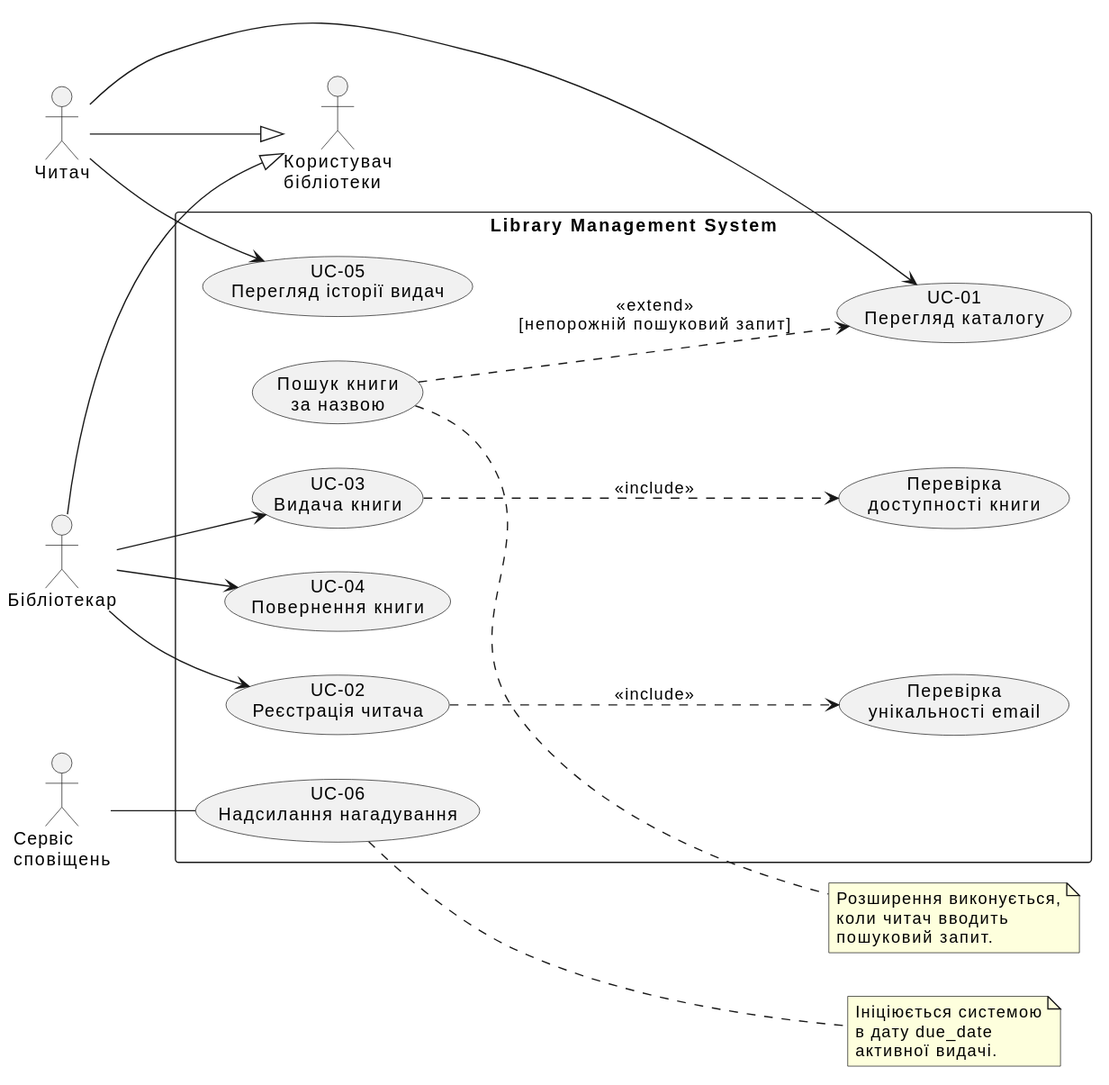
The PlantUML diagram use-cases.svg in xdddd1234/lab2, before a commit.
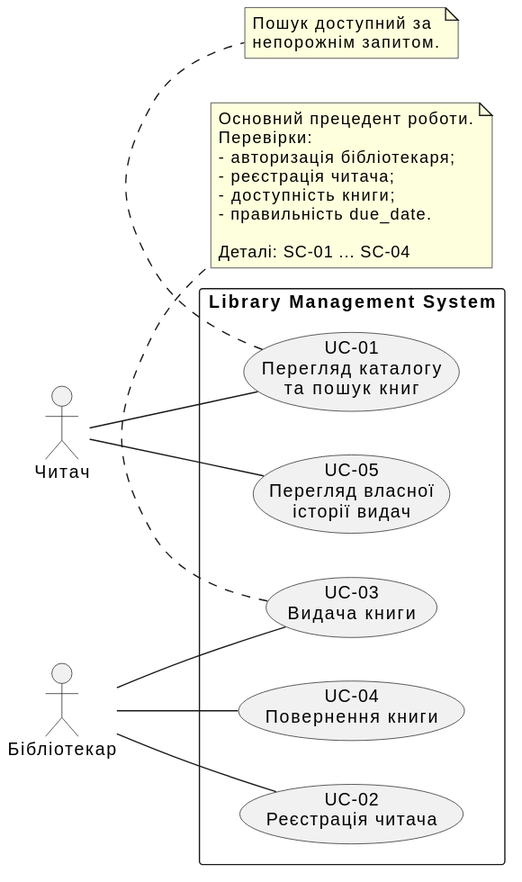
After the change.

Commit message:
docs: update rendered use case diagram

What changed in the source:
```diff
@@ -1,50 +1,40 @@
 @startuml
 left to right direction
+
 skinparam packageStyle rectangle
+skinparam shadowing false
 
-actor "Користувач\nбібліотеки" as User
 actor "Читач" as Reader
 actor "Бібліотекар" as Librarian
-actor "Сервіс\nсповіщень" as Notify
-
-Reader --|> User
-Librarian --|> User
 
 rectangle "Library Management System" {
-  usecase "UC-01\nПерегляд каталогу" as UC01
+  usecase "UC-01\nПерегляд каталогу\nта пошук книг" as UC01
   usecase "UC-02\nРеєстрація читача" as UC02
   usecase "UC-03\nВидача книги" as UC03
   usecase "UC-04\nПовернення книги" as UC04
-  usecase "UC-05\nПерегляд історії видач" as UC05
-  usecase "UC-06\nНадсилання нагадування" as UC06
-
-  usecase "Пошук книги\nза назвою" as Search
-  usecase "Перевірка\nдоступності книги" as Availability
-  usecase "Перевірка\nунікальності email" as Email
+  usecase "UC-05\nПерегляд власної\nісторії видач" as UC05
 }
 
-Reader --> UC01
-Reader --> UC05
+Reader -- UC01
+Reader -- UC05
 
-Librarian --> UC02
-Librarian --> UC03
-Librarian --> UC04
+Librarian -- UC02
+Librarian -- UC03
+Librarian -- UC04
 
-Notify -- UC06
+note bottom of UC03
+  Основний прецедент роботи.
+  Перевірки:
+  - авторизація бібліотекаря;
+  - реєстрація читача;
+  - доступність книги;
+  - правильність due_date.
 
-UC03 ..> Availability : <<include>>
-UC02 ..> Email : <<include>>
-Search ..> UC01 : <<extend>>\n[непорожній пошуковий запит]
-
-note right of Search
-  Розширення виконується,
-  коли читач вводить
-  пошуковий запит.
+  Деталі: SC-01 ... SC-04
 end note
 
-note right of UC06
-  Ініціюється системою
-  в дату due_date
-  активної видачі.
+note bottom of UC01
+  Пошук доступний за
+  непорожнім запитом.
 end note
 @enduml
```
